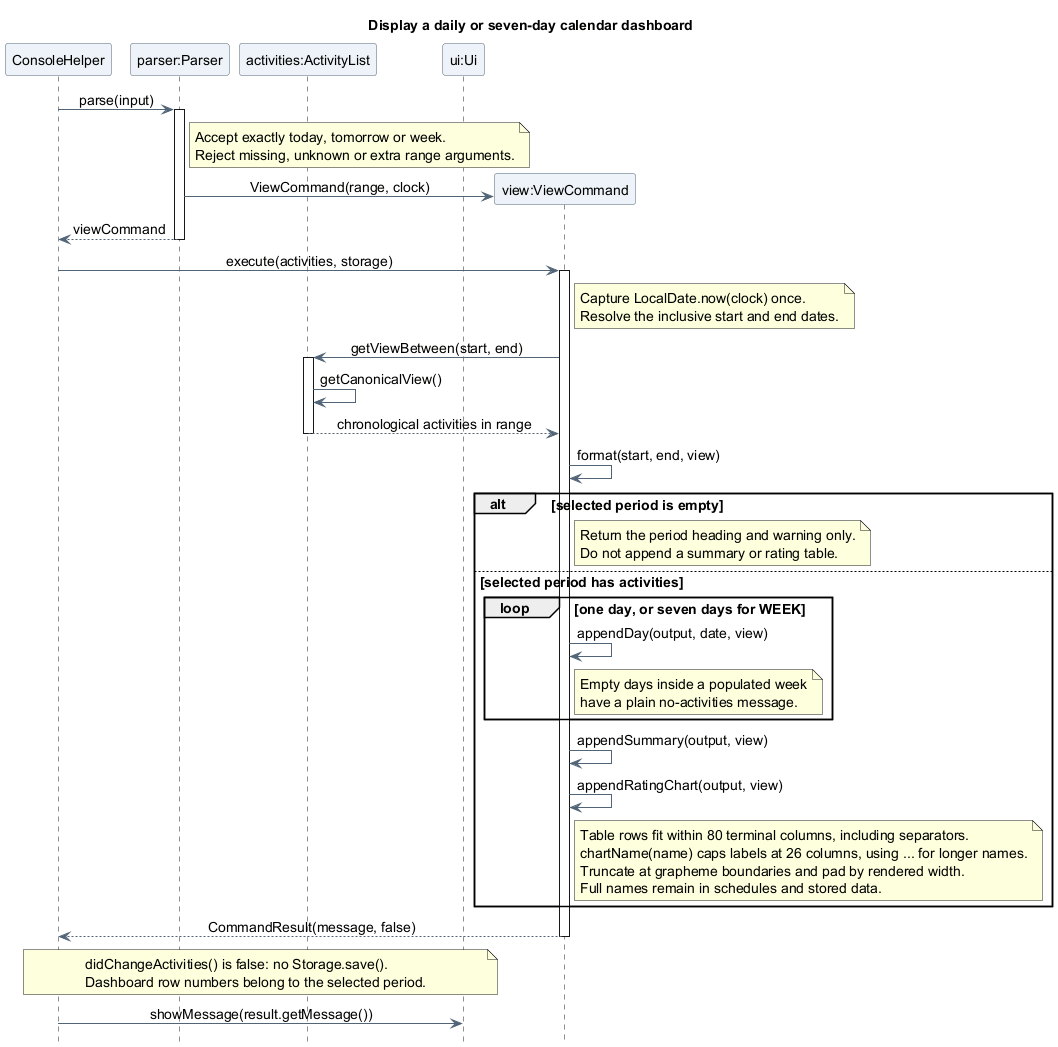
Earlier version of the PlantUML export docs/images/atharva/sequence/CalendarViewSequence.png (AY2627S1-CS2113-T10-4/tp).
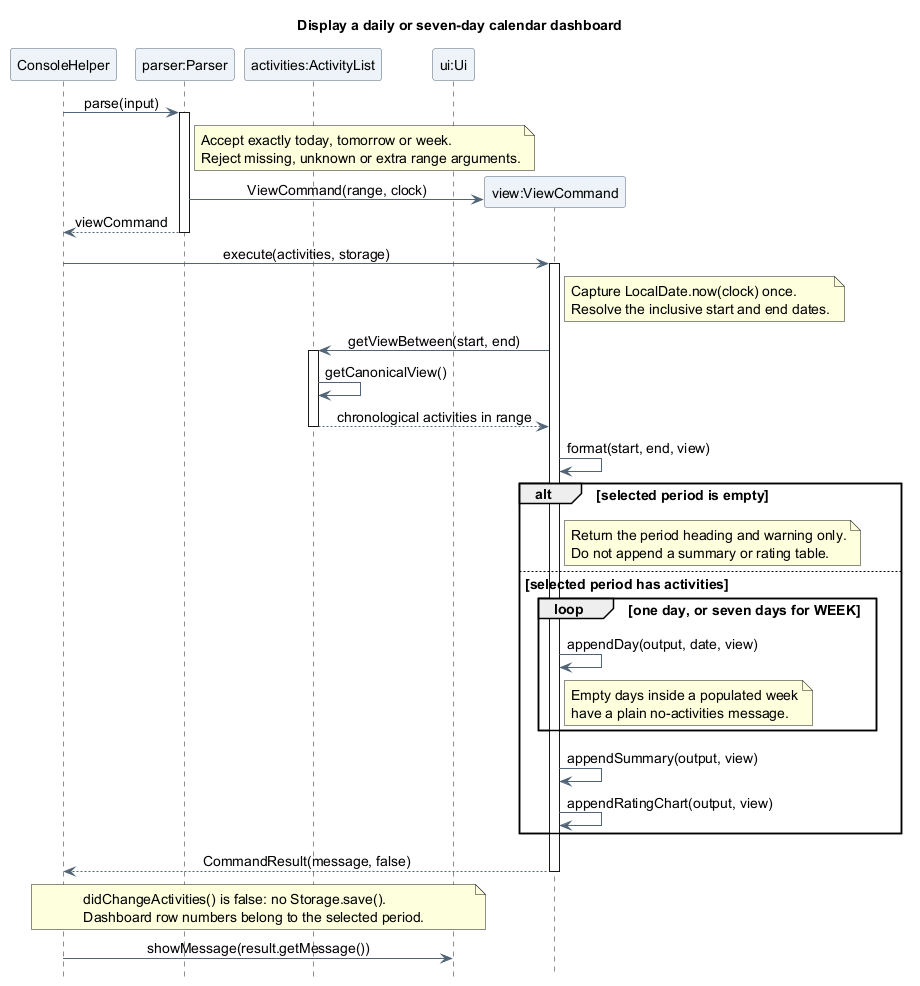
The same file after the commit.

The edit, as a diff of the source:
```diff
@@ -53,12 +53,6 @@
   end
   View -> View : appendSummary(output, view)
   View -> View : appendRatingChart(output, view)
-  note right of View
-    Table rows fit within 80 terminal columns, including separators.
-    chartName(name) caps labels at 26 columns, using ... for longer names.
-    Truncate at grapheme boundaries and pad by rendered width.
-    Full names remain in schedules and stored data.
-  end note
 end
 View --> Console : CommandResult(message, false)
 deactivate View
```
